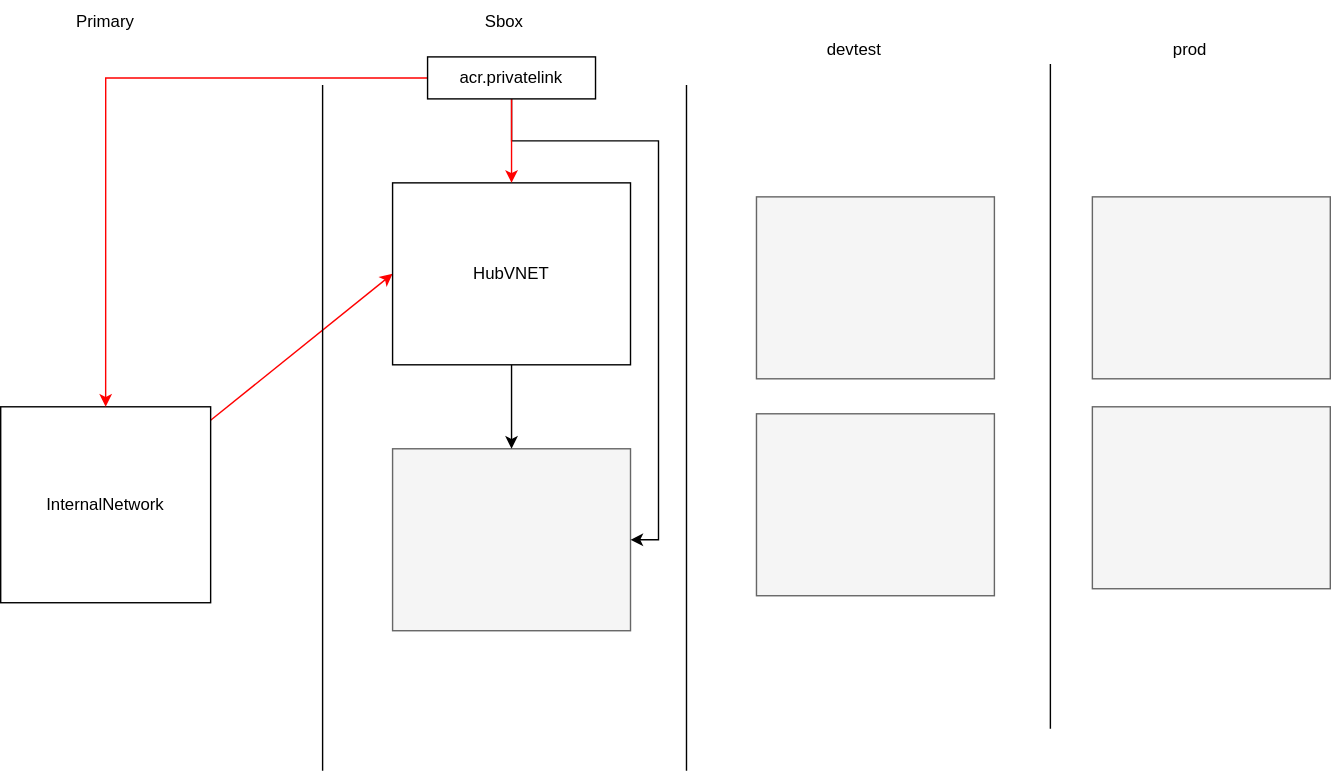
Before: infra/HubSpokeLinkingBeforePalo.svg, a diagram exported from draw.io (vjavle/invoicecloud). Source tidied: cells renumbered, new cells last; positions are measured from the earlier drawing's top-left corner, leaving out a move shared by most shapes.
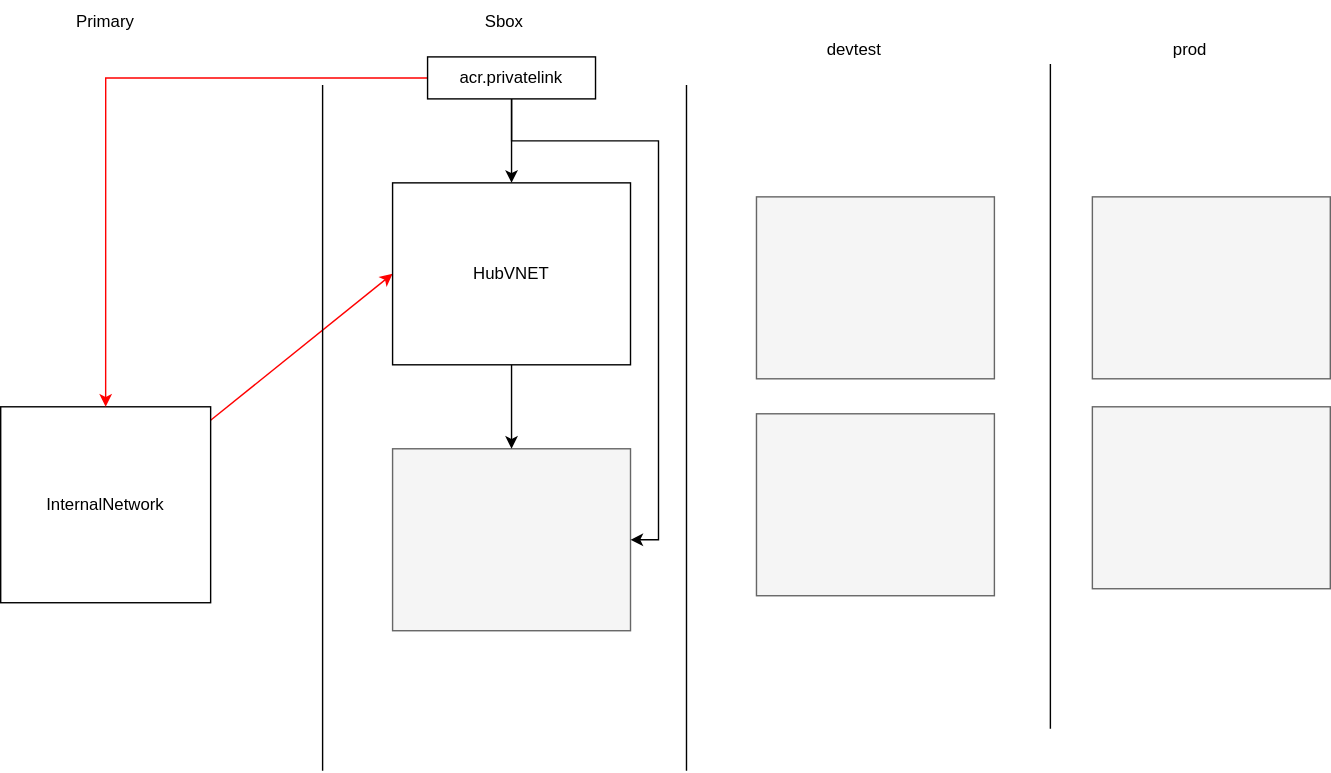
Later version of the same file.

Diff of the diagram source:
```diff
@@ -71,7 +71,7 @@
     <mxCell id="19" style="rounded=0;jettySize=auto;html=1;entryX=0.5;entryY=0;entryDx=0;entryDy=0;strokeColor=#FF0000;edgeStyle=orthogonalEdgeStyle;" parent="1" edge="1" source="21" target="3">
       <mxGeometry relative="1" as="geometry" />
     </mxCell>
-    <mxCell id="20" style="edgeStyle=orthogonalEdgeStyle;rounded=0;jettySize=auto;html=1;strokeColor=#FF0000;" parent="1" edge="1" source="21" target="8">
+    <mxCell id="20" style="edgeStyle=orthogonalEdgeStyle;rounded=0;jettySize=auto;html=1;strokeColor=#000000;" parent="1" edge="1" source="21" target="8">
       <mxGeometry relative="1" as="geometry" />
     </mxCell>
     <mxCell id="21" value="acr.privatelink" style="rounded=0;whiteSpace=wrap;html=1;" parent="1" vertex="1">
```
